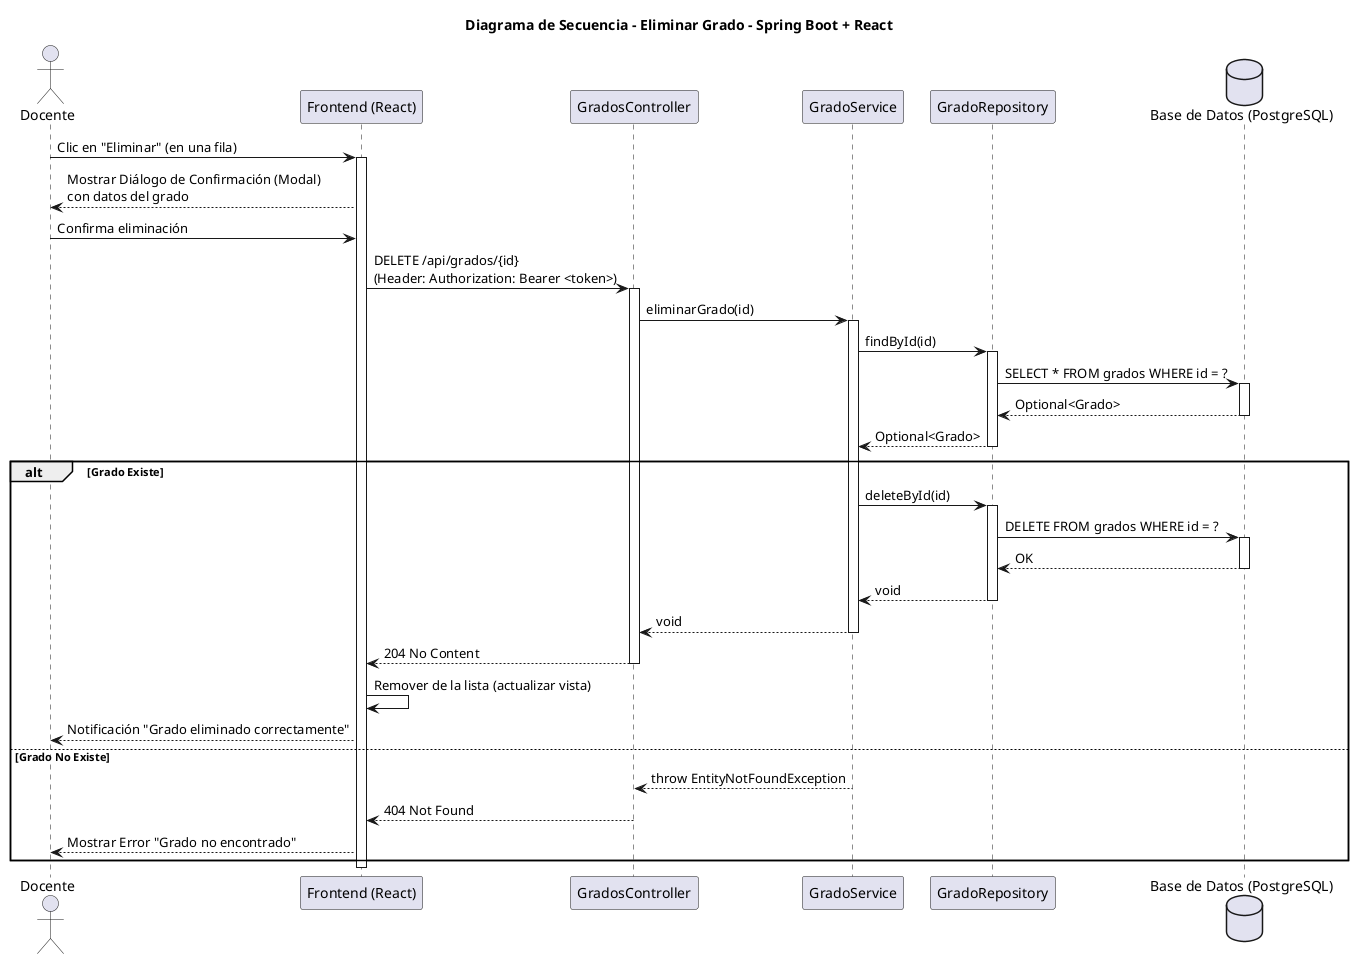
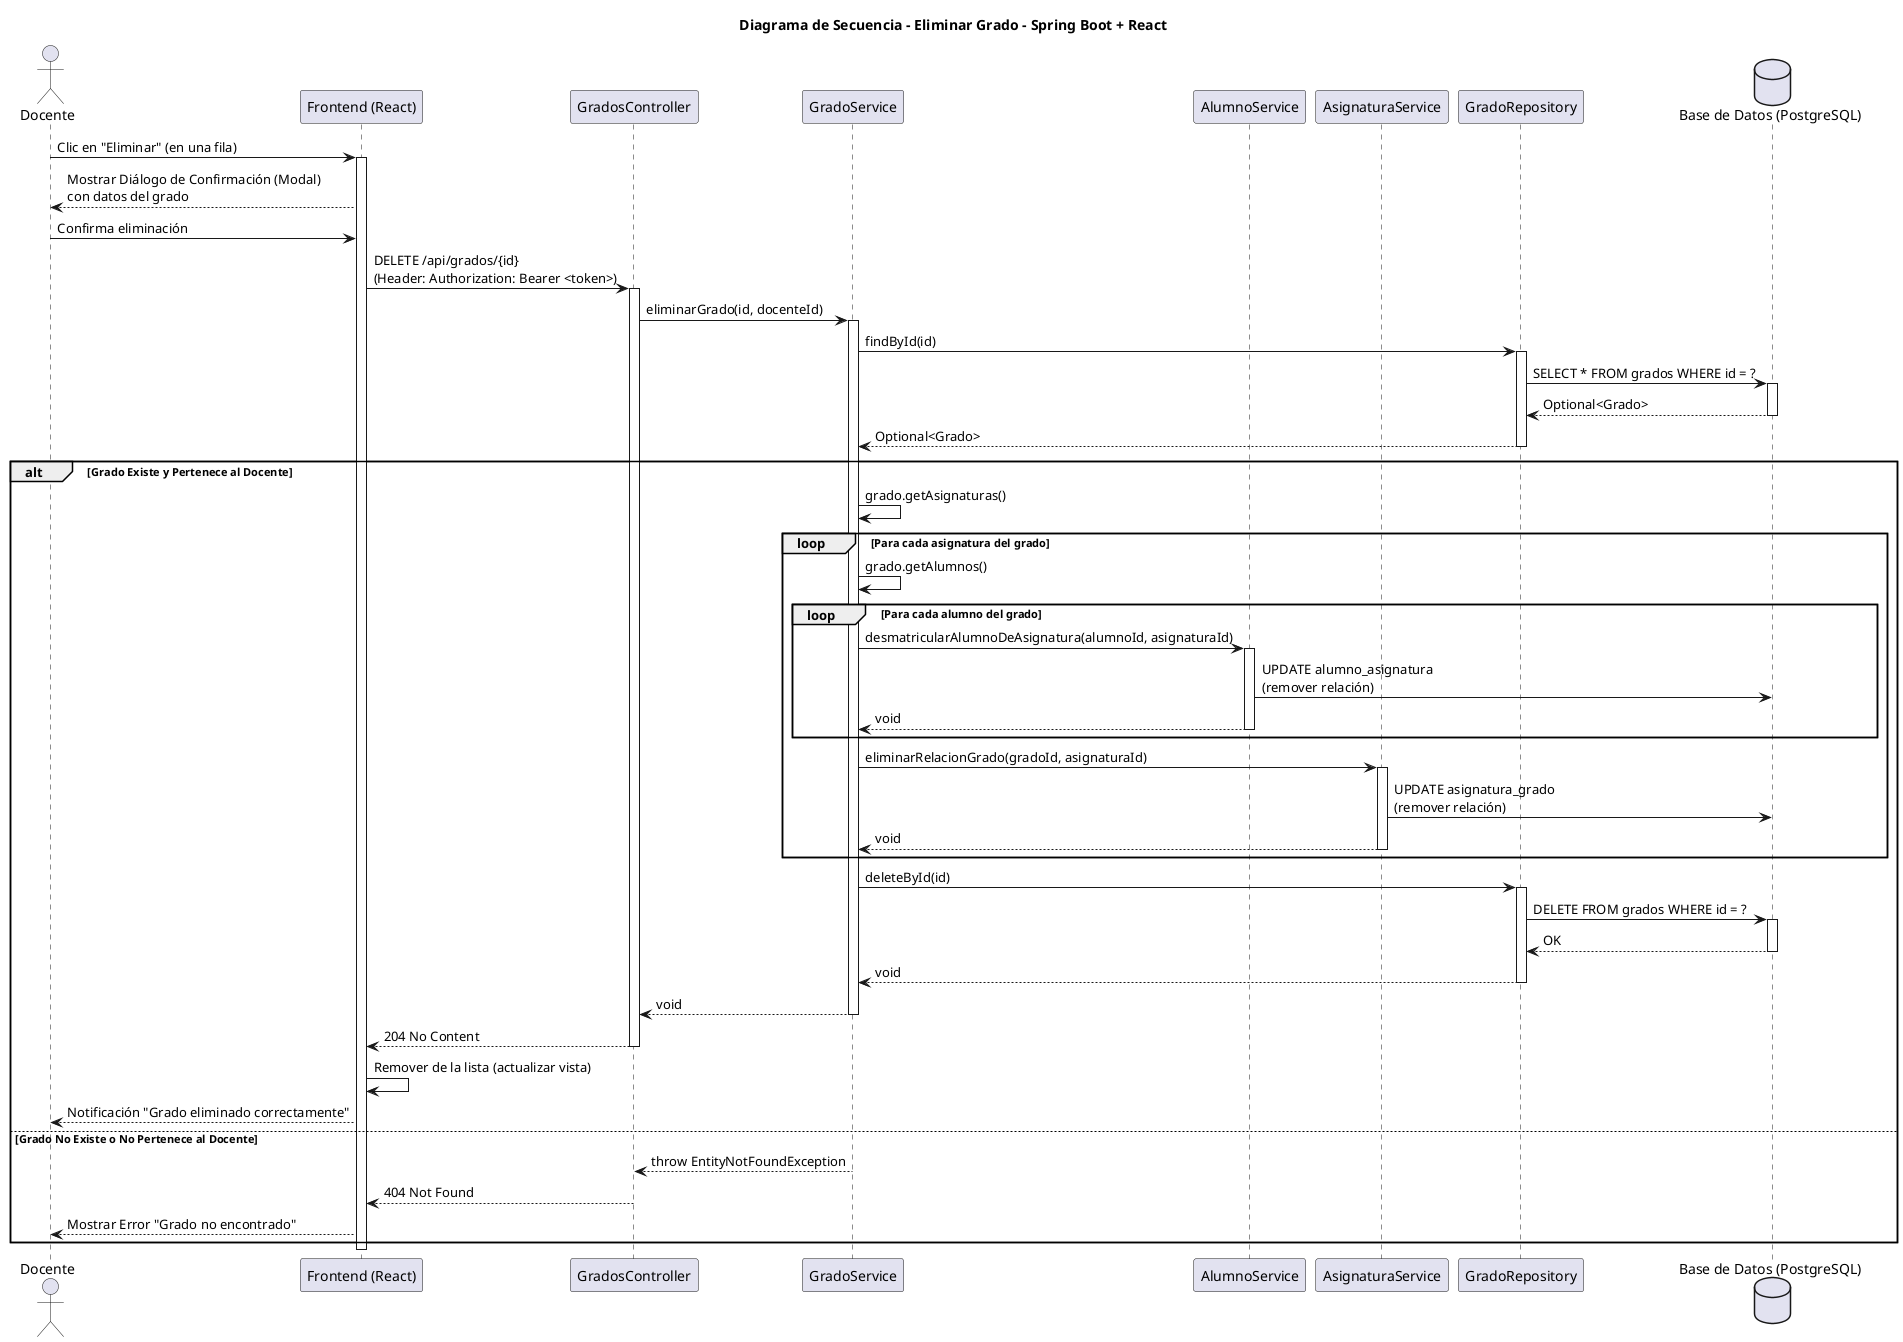
@startuml eliminarGrado-diseño
title Diagrama de Secuencia - Eliminar Grado - Spring Boot + React

actor "Docente" as Teacher
participant "Frontend (React)" as FE
participant "GradosController" as Controller
participant "GradoService" as Service
+ participant "AlumnoService" as AlumnoService
+ participant "AsignaturaService" as AsignaturaService
participant "GradoRepository" as Repo
database "Base de Datos (PostgreSQL)" as DB

Teacher -> FE: Clic en "Eliminar" (en una fila)
activate FE
FE --> Teacher: Mostrar Diálogo de Confirmación (Modal)\ncon datos del grado
Teacher -> FE: Confirma eliminación
FE -> Controller: DELETE /api/grados/{id}\n(Header: Authorization: Bearer <token>)
activate Controller
- Controller -> Service: eliminarGrado(id)
+ Controller -> Service: eliminarGrado(id, docenteId)
activate Service
Service -> Repo: findById(id)
activate Repo
Repo -> DB: SELECT * FROM grados WHERE id = ?
activate DB
DB --> Repo: Optional<Grado>
deactivate DB
Repo --> Service: Optional<Grado>
deactivate Repo
- alt Grado Existe
+ alt Grado Existe y Pertenece al Docente
+     Service -> Service: grado.getAsignaturas()
+     loop Para cada asignatura del grado
+         Service -> Service: grado.getAlumnos()
+         loop Para cada alumno del grado
+             Service -> AlumnoService: desmatricularAlumnoDeAsignatura(alumnoId, asignaturaId)
+             activate AlumnoService
+             AlumnoService -> DB: UPDATE alumno_asignatura\n(remover relación)
+             AlumnoService --> Service: void
+             deactivate AlumnoService
+         end
+         Service -> AsignaturaService: eliminarRelacionGrado(gradoId, asignaturaId)
+         activate AsignaturaService
+         AsignaturaService -> DB: UPDATE asignatura_grado\n(remover relación)
+         AsignaturaService --> Service: void
+         deactivate AsignaturaService
+     end
    Service -> Repo: deleteById(id)
    activate Repo
    Repo -> DB: DELETE FROM grados WHERE id = ?
    activate DB
    DB --> Repo: OK
    deactivate DB
    Repo --> Service: void
    deactivate Repo
    Service --> Controller: void
    deactivate Service
    Controller --> FE: 204 No Content
    deactivate Controller
    FE -> FE: Remover de la lista (actualizar vista)
    FE --> Teacher: Notificación "Grado eliminado correctamente"
- else Grado No Existe
+ else Grado No Existe o No Pertenece al Docente
    Service --> Controller: throw EntityNotFoundException
    deactivate Service
    Controller --> FE: 404 Not Found
    deactivate Controller
    FE --> Teacher: Mostrar Error "Grado no encontrado"
end
deactivate FE

@enduml